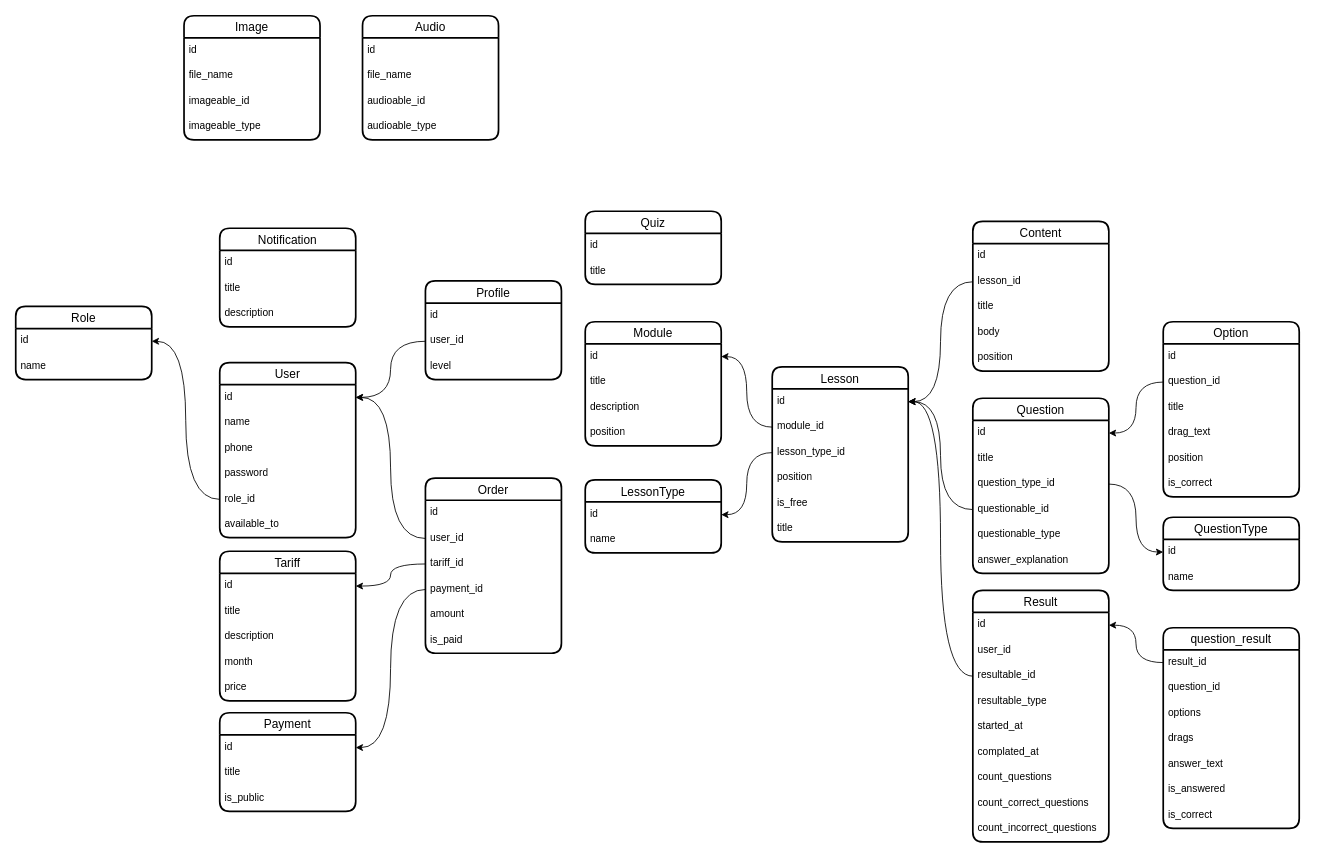
The draw.io diagram karsoft-UMU.drawio in iztileuoff/databases, before the edit. Source tidied: cells renumbered, new cells numbered last; positions are measured from the earlier drawing's top-left corner, leaving out a move shared by most shapes. Both pictures are drawn from the tidied source at 85%, with x=0, y=0 at pixel (15, 15).
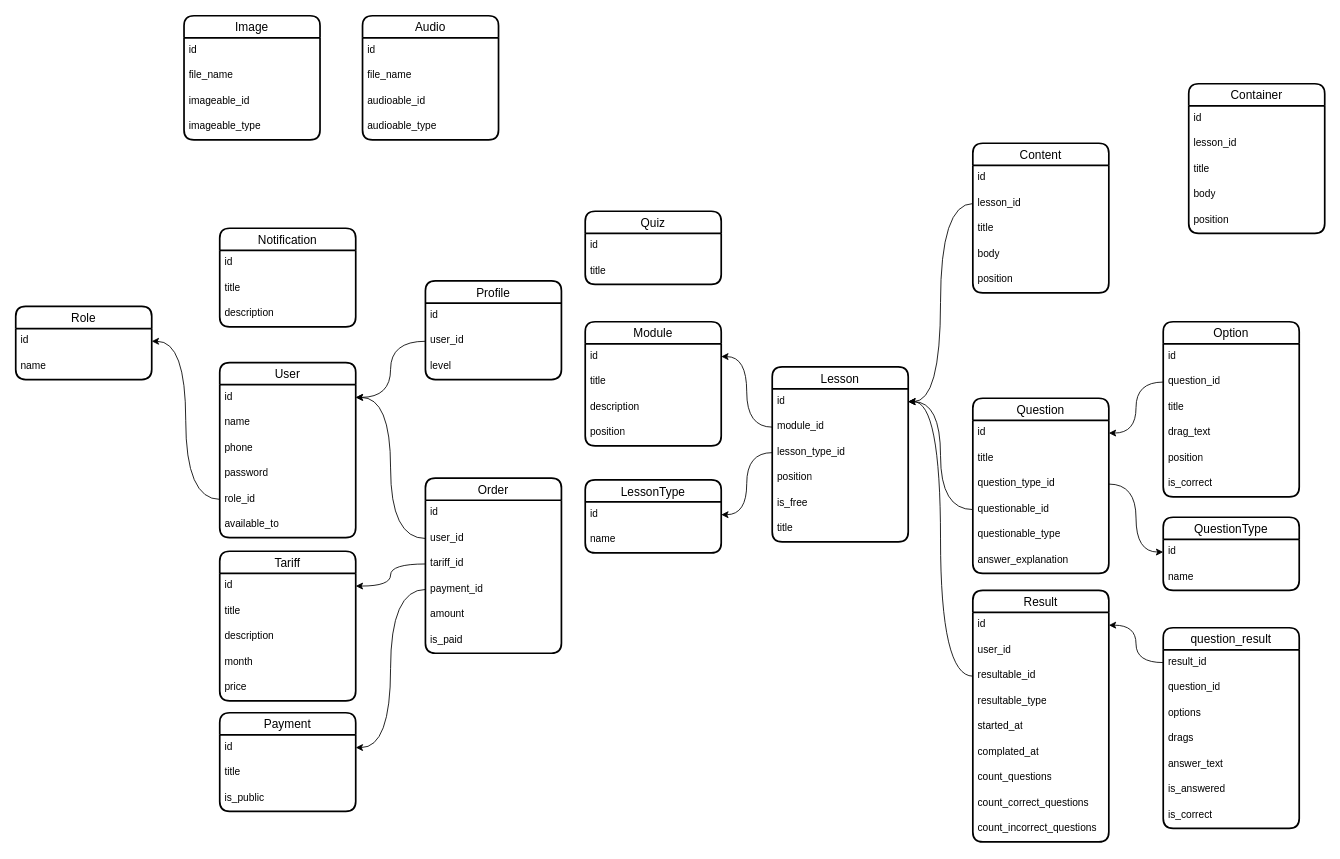
The same diagram, later.

Diff of the diagram source:
```diff
@@
     <mxCell id="38" value="Content" style="swimlane;fontStyle=0;horizontal=1;startSize=26;align=center;fontSize=14;strokeWidth=2;rounded=1;shadow=0;glass=0;swimlaneLine=1;" parent="1" vertex="1">
-      <mxGeometry x="1126" y="242" width="160" height="176" as="geometry" />
+      <mxGeometry x="1126" y="150" width="160" height="176" as="geometry" />
     </mxCell>
@@
+    <mxCell id="119" value="Container" style="swimlane;fontStyle=0;horizontal=1;startSize=26;align=center;fontSize=14;strokeWidth=2;rounded=1;shadow=0;glass=0;swimlaneLine=1;" parent="1" vertex="1">
+      <mxGeometry x="1380" y="80" width="160" height="176" as="geometry" />
+    </mxCell>
+    <mxCell id="120" value="id" style="text;strokeColor=none;fillColor=none;spacingLeft=4;spacingRight=4;overflow=hidden;fontSize=12;whiteSpace=wrap;html=1;" parent="119" vertex="1">
+      <mxGeometry y="26" width="160" height="30" as="geometry" />
+    </mxCell>
+    <mxCell id="121" value="lesson_id" style="text;strokeColor=none;fillColor=none;spacingLeft=4;spacingRight=4;overflow=hidden;fontSize=12;whiteSpace=wrap;html=1;" parent="119" vertex="1">
+      <mxGeometry y="56" width="160" height="30" as="geometry" />
+    </mxCell>
+    <mxCell id="122" value="title" style="text;strokeColor=none;fillColor=none;spacingLeft=4;spacingRight=4;overflow=hidden;fontSize=12;whiteSpace=wrap;html=1;" parent="119" vertex="1">
+      <mxGeometry y="86" width="160" height="30" as="geometry" />
+    </mxCell>
+    <mxCell id="123" value="body" style="text;strokeColor=none;fillColor=none;spacingLeft=4;spacingRight=4;overflow=hidden;fontSize=12;whiteSpace=wrap;html=1;" parent="119" vertex="1">
+      <mxGeometry y="116" width="160" height="30" as="geometry" />
+    </mxCell>
+    <mxCell id="124" value="position" style="text;strokeColor=none;fillColor=none;spacingLeft=4;spacingRight=4;overflow=hidden;fontSize=12;whiteSpace=wrap;html=1;" parent="119" vertex="1">
+      <mxGeometry y="146" width="160" height="30" as="geometry" />
+    </mxCell>
```
